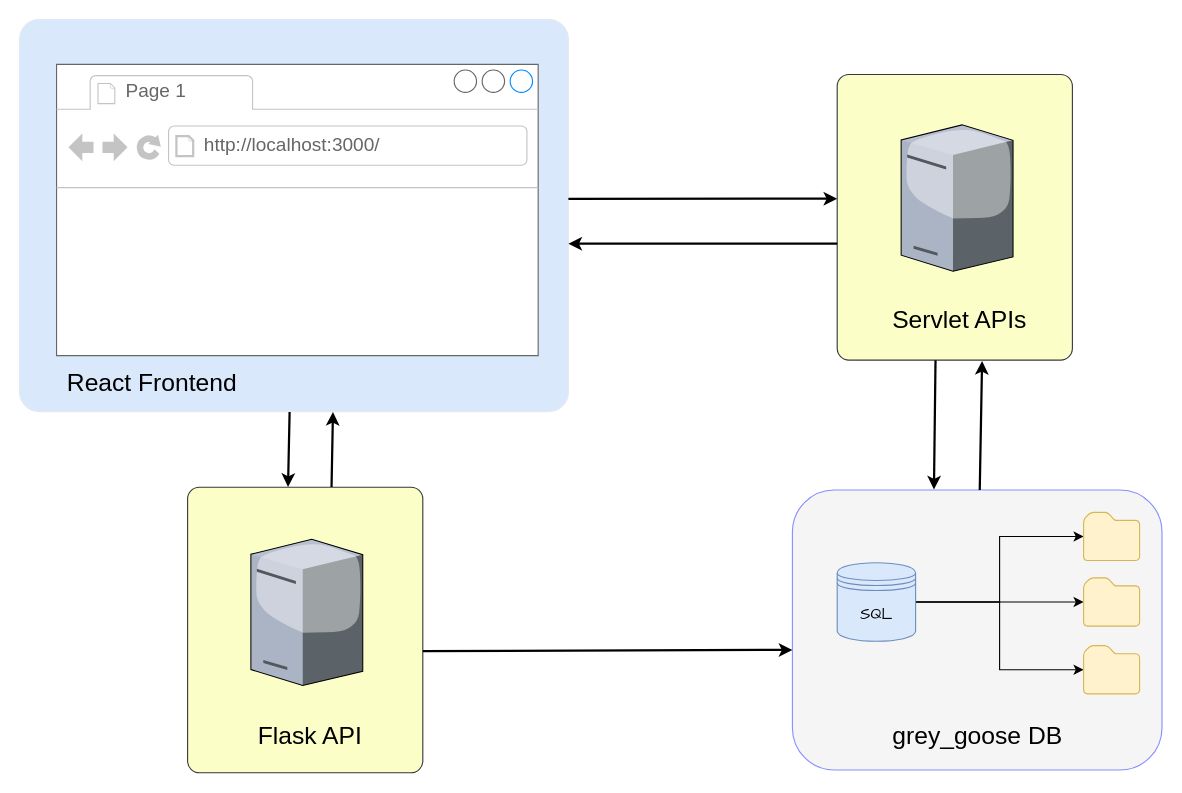
Before: hrc-ai-invoice/hrc.dark.drawio in sagnikghoshcr7/Draw.io, a draw.io diagram. Source tidied: cells renumbered, new cells numbered last; positions are measured from the earlier drawing's top-left corner, leaving out a move shared by most shapes. Both pictures are drawn from the tidied source at 112%, with x=0, y=0 at pixel (19, 19).
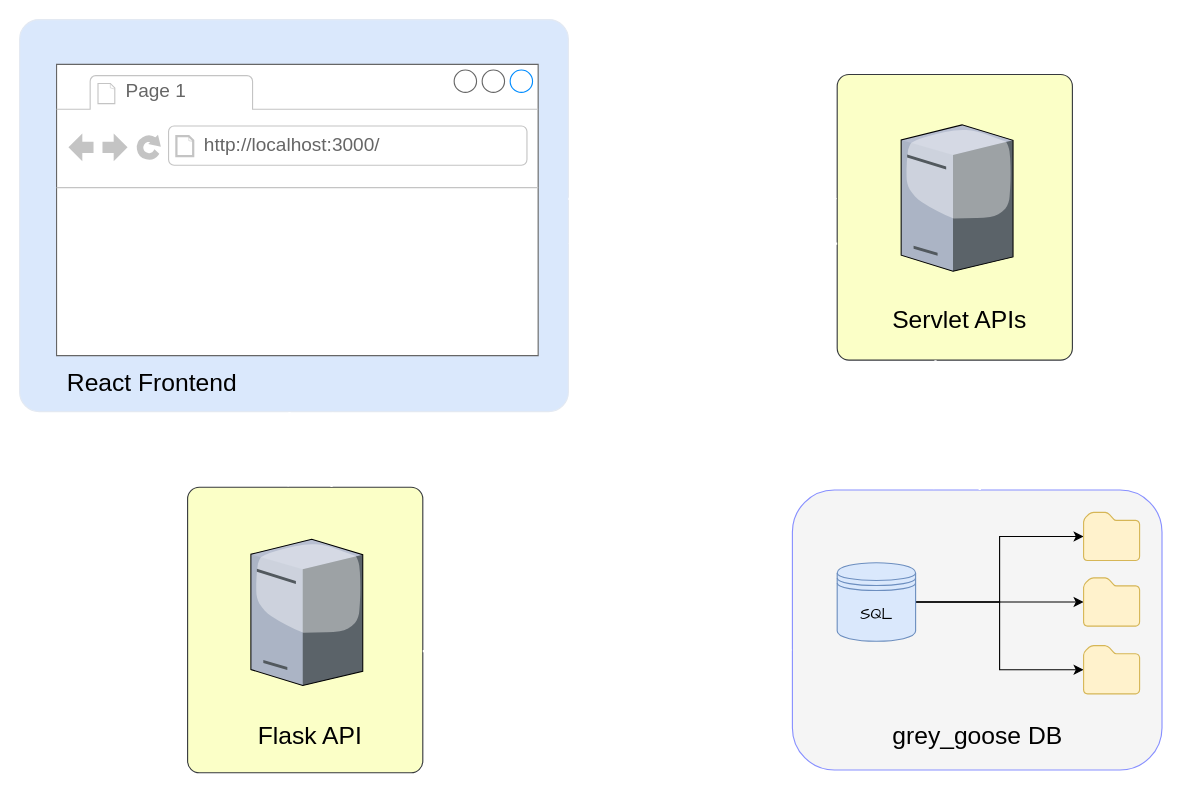
Above is the later version.

The change refers to these unchanged cells:
```xml
<mxCell id="2" style="rounded=1;whiteSpace=wrap;html=1;fontFamily=Comic Sans MS;fontSize=14;fillColor=#f5f5f5;strokeColor=#878FFF;fontColor=#333333;shadow=0;glass=0;sketch=0;" parent="1" vertex="1">
  <mxGeometry x="690" y="420" width="330" height="250" as="geometry" />
</mxCell>
<mxCell id="11" style="rounded=1;whiteSpace=wrap;html=1;shadow=0;glass=0;sketch=0;fontFamily=Comic Sans MS;fontSize=14;strokeColor=#E3E9F2;fillColor=#dae8fc;arcSize=5;" parent="1" vertex="1">
  <mxGeometry width="490" height="350" as="geometry" />
</mxCell>
<mxCell id="18" style="rounded=1;whiteSpace=wrap;html=1;shadow=0;glass=0;sketch=0;fontFamily=Comic Sans MS;fontSize=14;strokeColor=#36393d;fillColor=#FBFFC7;arcSize=5;" parent="17" vertex="1">
  <mxGeometry width="210" height="255" as="geometry" />
</mxCell>
<mxCell id="24" style="rounded=1;whiteSpace=wrap;html=1;shadow=0;glass=0;sketch=0;fontFamily=Comic Sans MS;fontSize=14;strokeColor=#36393d;fillColor=#FBFFC7;arcSize=5;" parent="23" vertex="1">
  <mxGeometry width="210" height="255" as="geometry" />
</mxCell>
```

What changed in the source:
```diff
@@
-    <mxCell id="21" style="endArrow=classic;html=1;rounded=0;fontSize=22;entryX=0.383;entryY=-0.002;entryDx=0;entryDy=0;entryPerimeter=0;strokeWidth=2;exitX=0.418;exitY=1.001;exitDx=0;exitDy=0;exitPerimeter=0;" parent="1" edge="1" source="18" target="2">
+    <mxCell id="21" style="endArrow=classic;html=1;rounded=0;fontSize=22;entryX=0.383;entryY=-0.002;entryDx=0;entryDy=0;entryPerimeter=0;strokeWidth=2;exitX=0.418;exitY=1.001;exitDx=0;exitDy=0;exitPerimeter=0;strokeColor=#FFFFFF;" parent="1" edge="1" source="18" target="2">
       <mxGeometry relative="1" as="geometry" />
     </mxCell>
-    <mxCell id="22" style="endArrow=classic;html=1;rounded=0;fontSize=22;entryX=0.616;entryY=1.003;entryDx=0;entryDy=0;entryPerimeter=0;strokeWidth=2;" parent="1" edge="1" source="2" target="18">
+    <mxCell id="22" style="endArrow=classic;html=1;rounded=0;fontSize=22;entryX=0.616;entryY=1.003;entryDx=0;entryDy=0;entryPerimeter=0;strokeWidth=2;strokeColor=#FFFFFF;" parent="1" edge="1" source="2" target="18">
       <mxGeometry relative="1" as="geometry" />
     </mxCell>
@@
-    <mxCell id="27" style="group;" parent="1" vertex="1">
-      <mxGeometry x="490" y="160" width="240" height="40.1" as="geometry" />
-    </mxCell>
-    <mxCell id="28" style="endArrow=classic;html=1;rounded=0;fontSize=22;entryX=0;entryY=0.435;entryDx=0;entryDy=0;entryPerimeter=0;strokeWidth=2;" parent="27" edge="1" target="18">
-      <mxGeometry relative="1" as="geometry">
-        <mxPoint as="sourcePoint" />
-      </mxGeometry>
-    </mxCell>
-    <mxCell id="29" style="endArrow=classic;html=1;rounded=0;fontSize=22;entryX=0;entryY=0.435;entryDx=0;entryDy=0;entryPerimeter=0;strokeWidth=2;" parent="27" edge="1">
-      <mxGeometry relative="1" as="geometry">
-        <mxPoint x="240" y="40" as="sourcePoint" />
-        <mxPoint y="40.1" as="targetPoint" />
-      </mxGeometry>
-    </mxCell>
-    <mxCell id="30" style="endArrow=classic;html=1;rounded=0;fontSize=22;entryX=0;entryY=0.571;entryDx=0;entryDy=0;entryPerimeter=0;strokeWidth=2;exitX=1;exitY=0.574;exitDx=0;exitDy=0;exitPerimeter=0;" parent="1" edge="1" source="24" target="2">
+    <mxCell id="30" style="endArrow=classic;html=1;rounded=0;fontSize=22;entryX=0;entryY=0.571;entryDx=0;entryDy=0;entryPerimeter=0;strokeWidth=2;exitX=1;exitY=0.574;exitDx=0;exitDy=0;exitPerimeter=0;strokeColor=#FFFFFF;" parent="1" edge="1" source="24" target="2">
       <mxGeometry relative="1" as="geometry" />
     </mxCell>
-    <mxCell id="31" style="endArrow=classic;html=1;rounded=0;fontSize=22;entryX=0.427;entryY=-0.001;entryDx=0;entryDy=0;strokeWidth=2;exitX=0.492;exitY=1.001;exitDx=0;exitDy=0;exitPerimeter=0;entryPerimeter=0;" parent="1" edge="1" source="11" target="24">
+    <mxCell id="31" style="endArrow=classic;html=1;rounded=0;fontSize=22;entryX=0.427;entryY=-0.001;entryDx=0;entryDy=0;strokeWidth=2;exitX=0.492;exitY=1.001;exitDx=0;exitDy=0;exitPerimeter=0;entryPerimeter=0;strokeColor=#FFFFFF;" parent="1" edge="1" source="11" target="24">
       <mxGeometry relative="1" as="geometry" />
     </mxCell>
-    <mxCell id="32" style="endArrow=classic;html=1;rounded=0;fontSize=22;entryX=0.571;entryY=1.001;entryDx=0;entryDy=0;entryPerimeter=0;strokeWidth=2;exitX=0.612;exitY=-0.001;exitDx=0;exitDy=0;exitPerimeter=0;" parent="1" edge="1" source="24" target="11">
+    <mxCell id="32" style="endArrow=classic;html=1;rounded=0;fontSize=22;entryX=0.571;entryY=1.001;entryDx=0;entryDy=0;entryPerimeter=0;strokeWidth=2;exitX=0.612;exitY=-0.001;exitDx=0;exitDy=0;exitPerimeter=0;strokeColor=#FFFFFF;" parent="1" edge="1" source="24" target="11">
       <mxGeometry relative="1" as="geometry" />
     </mxCell>
+    <mxCell id="28" style="endArrow=classic;html=1;rounded=0;fontSize=22;entryX=0;entryY=0.435;entryDx=0;entryDy=0;entryPerimeter=0;strokeWidth=2;strokeColor=#FFFFFF;" parent="1" edge="1" target="18">
+      <mxGeometry relative="1" as="geometry">
+        <mxPoint x="490" y="160" as="sourcePoint" />
+      </mxGeometry>
+    </mxCell>
+    <mxCell id="29" style="endArrow=classic;html=1;rounded=0;fontSize=22;entryX=0;entryY=0.435;entryDx=0;entryDy=0;entryPerimeter=0;strokeWidth=2;strokeColor=#FFFFFF;" parent="1" edge="1">
+      <mxGeometry relative="1" as="geometry">
+        <mxPoint x="730" y="200" as="sourcePoint" />
+        <mxPoint x="490" y="200.1" as="targetPoint" />
+      </mxGeometry>
+    </mxCell>
```
